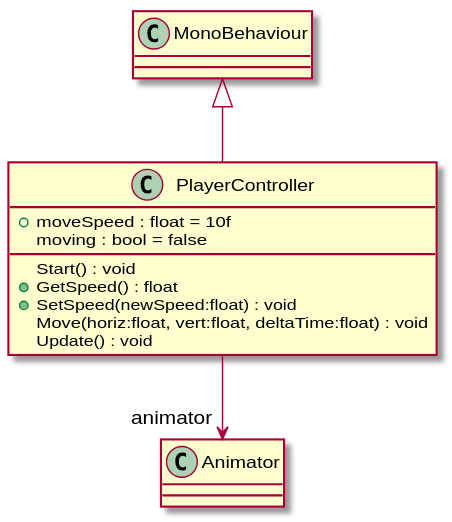
This is UML/Assets/Scripts/PlayerController.svg from 2314577483/Vampire-Hunter, a PlantUML export, as it was before one commit.
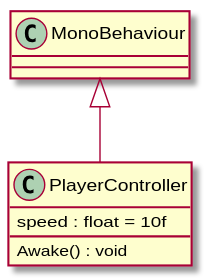
Above is the later version.

Diff of the diagram source:
```diff
@@ -1,13 +1,7 @@
 @startuml
 class PlayerController {
-    + moveSpeed : float = 10f
-    moving : bool = false
-    Start() : void
-    + GetSpeed() : float
-    + SetSpeed(newSpeed:float) : void
-    Move(horiz:float, vert:float, deltaTime:float) : void
-    Update() : void
+    speed : float = 10f
+    Awake() : void
 }
 MonoBehaviour <|-- PlayerController
-PlayerController --> "animator" Animator
 @enduml
```
